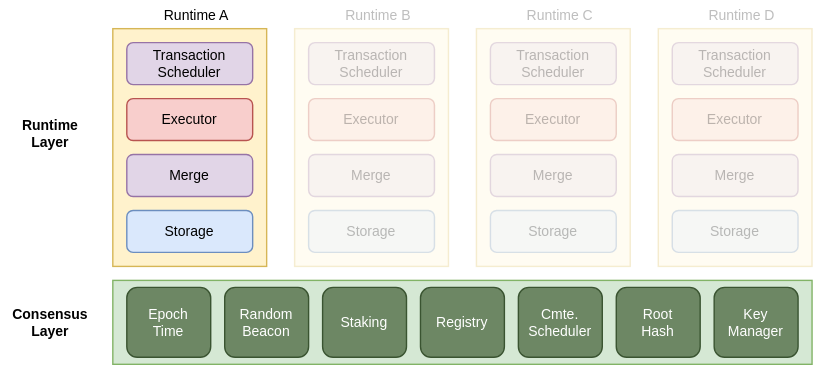
oasisprotocol/oasis-core keeps this draw.io diagram as docs/images/oasis-core-high-level.svg. Above is the earlier version. Source tidied: cells renumbered, new cells last; positions are measured from the earlier drawing's top-left corner, leaving out a move shared by most shapes. Its diagram source:
```xml
<mxGraphModel>
  <root>
    <mxCell id="0" />
    <mxCell id="1" parent="0" />
    <mxCell id="2" style="rounded=0;whiteSpace=wrap;html=1;fillColor=#d5e8d4;strokeColor=#82b366;" parent="1" vertex="1">
      <mxGeometry x="80" y="200" width="500" height="60" as="geometry" />
    </mxCell>
    <mxCell id="3" value="Epoch&lt;br style=&quot;font-size: 10px;&quot;&gt;Time" style="rounded=1;whiteSpace=wrap;html=1;fillColor=#6d8764;strokeColor=#3A5431;fontColor=#ffffff;fontSize=10;" parent="1" vertex="1">
      <mxGeometry x="90" y="205" width="60" height="50" as="geometry" />
    </mxCell>
    <mxCell id="4" value="Random&lt;br style=&quot;font-size: 10px;&quot;&gt;Beacon" style="rounded=1;whiteSpace=wrap;html=1;fillColor=#6d8764;strokeColor=#3A5431;fontColor=#ffffff;fontSize=10;" parent="1" vertex="1">
      <mxGeometry x="160" y="205" width="60" height="50" as="geometry" />
    </mxCell>
    <mxCell id="5" value="Staking" style="rounded=1;whiteSpace=wrap;html=1;fillColor=#6d8764;strokeColor=#3A5431;fontColor=#ffffff;fontSize=10;" parent="1" vertex="1">
      <mxGeometry x="230" y="205" width="60" height="50" as="geometry" />
    </mxCell>
    <mxCell id="6" value="Registry" style="rounded=1;whiteSpace=wrap;html=1;fillColor=#6d8764;strokeColor=#3A5431;fontColor=#ffffff;fontSize=10;" parent="1" vertex="1">
      <mxGeometry x="300" y="205" width="60" height="50" as="geometry" />
    </mxCell>
    <mxCell id="7" value="Cmte.&lt;br style=&quot;font-size: 10px;&quot;&gt;Scheduler" style="rounded=1;whiteSpace=wrap;html=1;fillColor=#6d8764;strokeColor=#3A5431;fontColor=#ffffff;fontSize=10;" parent="1" vertex="1">
      <mxGeometry x="370" y="205" width="60" height="50" as="geometry" />
    </mxCell>
    <mxCell id="8" value="Root&lt;br style=&quot;font-size: 10px;&quot;&gt;Hash" style="rounded=1;whiteSpace=wrap;html=1;fillColor=#6d8764;strokeColor=#3A5431;fontColor=#ffffff;fontSize=10;" parent="1" vertex="1">
      <mxGeometry x="440" y="205" width="60" height="50" as="geometry" />
    </mxCell>
    <mxCell id="9" value="Key&lt;br style=&quot;font-size: 10px;&quot;&gt;Manager" style="rounded=1;whiteSpace=wrap;html=1;fillColor=#6d8764;strokeColor=#3A5431;fontColor=#ffffff;fontSize=10;" parent="1" vertex="1">
      <mxGeometry x="510" y="205" width="60" height="50" as="geometry" />
    </mxCell>
    <mxCell id="10" value="Consensus&lt;br&gt;Layer" style="text;html=1;align=center;verticalAlign=middle;fontSize=10;fontStyle=1;" parent="1" vertex="1">
      <mxGeometry y="215" width="70" height="30" as="geometry" />
    </mxCell>
    <mxCell id="11" style="group;" parent="1" vertex="1">
      <mxGeometry x="80" width="110" height="190" as="geometry" />
    </mxCell>
    <mxCell id="12" style="rounded=0;whiteSpace=wrap;html=1;fontSize=10;fillColor=#fff2cc;strokeColor=#d6b656;" parent="11" vertex="1">
      <mxGeometry y="20" width="110" height="170" as="geometry" />
    </mxCell>
    <mxCell id="13" value="Transaction&lt;br&gt;Scheduler" style="rounded=1;whiteSpace=wrap;html=1;fontSize=10;fillColor=#e1d5e7;strokeColor=#9673a6;" parent="11" vertex="1">
      <mxGeometry x="10" y="30" width="90" height="30" as="geometry" />
    </mxCell>
    <mxCell id="14" value="Executor" style="rounded=1;whiteSpace=wrap;html=1;fontSize=10;fillColor=#f8cecc;strokeColor=#b85450;" parent="11" vertex="1">
      <mxGeometry x="10" y="70" width="90" height="30" as="geometry" />
    </mxCell>
    <mxCell id="15" value="Merge" style="rounded=1;whiteSpace=wrap;html=1;fontSize=10;fillColor=#e1d5e7;strokeColor=#9673a6;" parent="11" vertex="1">
      <mxGeometry x="10" y="110" width="90" height="30" as="geometry" />
    </mxCell>
    <mxCell id="16" value="Storage" style="rounded=1;whiteSpace=wrap;html=1;fontSize=10;fillColor=#dae8fc;strokeColor=#6c8ebf;" parent="11" vertex="1">
      <mxGeometry x="10" y="150" width="90" height="30" as="geometry" />
    </mxCell>
    <mxCell id="17" value="Runtime A" style="text;html=1;strokeColor=none;fillColor=none;align=center;verticalAlign=middle;whiteSpace=wrap;rounded=0;fontSize=10;" parent="11" vertex="1">
      <mxGeometry x="35" width="50" height="20" as="geometry" />
    </mxCell>
    <mxCell id="18" value="Runtime&lt;br&gt;Layer" style="text;html=1;align=center;verticalAlign=middle;fontSize=10;fontStyle=1;" parent="1" vertex="1">
      <mxGeometry x="5" y="80" width="60" height="30" as="geometry" />
    </mxCell>
    <mxCell id="19" style="group;opacity=25;textOpacity=25;" parent="1" vertex="1">
      <mxGeometry x="210" width="110" height="190" as="geometry" />
    </mxCell>
    <mxCell id="20" style="rounded=0;whiteSpace=wrap;html=1;fontSize=10;fillColor=#fff2cc;strokeColor=#d6b656;opacity=25;textOpacity=25;" parent="19" vertex="1">
      <mxGeometry y="20" width="110" height="170" as="geometry" />
    </mxCell>
    <mxCell id="21" value="Transaction&lt;br&gt;Scheduler" style="rounded=1;whiteSpace=wrap;html=1;fontSize=10;fillColor=#e1d5e7;strokeColor=#9673a6;opacity=25;textOpacity=25;" parent="19" vertex="1">
      <mxGeometry x="10" y="30" width="90" height="30" as="geometry" />
    </mxCell>
    <mxCell id="22" value="Executor" style="rounded=1;whiteSpace=wrap;html=1;fontSize=10;fillColor=#f8cecc;strokeColor=#b85450;opacity=25;textOpacity=25;" parent="19" vertex="1">
      <mxGeometry x="10" y="70" width="90" height="30" as="geometry" />
    </mxCell>
    <mxCell id="23" value="Merge" style="rounded=1;whiteSpace=wrap;html=1;fontSize=10;fillColor=#e1d5e7;strokeColor=#9673a6;opacity=25;textOpacity=25;" parent="19" vertex="1">
      <mxGeometry x="10" y="110" width="90" height="30" as="geometry" />
    </mxCell>
    <mxCell id="24" value="Storage" style="rounded=1;whiteSpace=wrap;html=1;fontSize=10;fillColor=#dae8fc;strokeColor=#6c8ebf;opacity=25;textOpacity=25;" parent="19" vertex="1">
      <mxGeometry x="10" y="150" width="90" height="30" as="geometry" />
    </mxCell>
    <mxCell id="25" value="Runtime B" style="text;html=1;strokeColor=none;fillColor=none;align=center;verticalAlign=middle;whiteSpace=wrap;rounded=0;fontSize=10;opacity=25;textOpacity=25;" parent="19" vertex="1">
      <mxGeometry x="35" width="50" height="20" as="geometry" />
    </mxCell>
    <mxCell id="26" style="group;opacity=25;textOpacity=25;" parent="1" vertex="1">
      <mxGeometry x="340" width="110" height="190" as="geometry" />
    </mxCell>
    <mxCell id="27" style="rounded=0;whiteSpace=wrap;html=1;fontSize=10;fillColor=#fff2cc;strokeColor=#d6b656;opacity=25;textOpacity=25;" parent="26" vertex="1">
      <mxGeometry y="20" width="110" height="170" as="geometry" />
    </mxCell>
    <mxCell id="28" value="Transaction&lt;br&gt;Scheduler" style="rounded=1;whiteSpace=wrap;html=1;fontSize=10;fillColor=#e1d5e7;strokeColor=#9673a6;opacity=25;textOpacity=25;" parent="26" vertex="1">
      <mxGeometry x="10" y="30" width="90" height="30" as="geometry" />
    </mxCell>
    <mxCell id="29" value="Executor" style="rounded=1;whiteSpace=wrap;html=1;fontSize=10;fillColor=#f8cecc;strokeColor=#b85450;opacity=25;textOpacity=25;" parent="26" vertex="1">
      <mxGeometry x="10" y="70" width="90" height="30" as="geometry" />
    </mxCell>
    <mxCell id="30" value="Merge" style="rounded=1;whiteSpace=wrap;html=1;fontSize=10;fillColor=#e1d5e7;strokeColor=#9673a6;opacity=25;textOpacity=25;" parent="26" vertex="1">
      <mxGeometry x="10" y="110" width="90" height="30" as="geometry" />
    </mxCell>
    <mxCell id="31" value="Storage" style="rounded=1;whiteSpace=wrap;html=1;fontSize=10;fillColor=#dae8fc;strokeColor=#6c8ebf;opacity=25;textOpacity=25;" parent="26" vertex="1">
      <mxGeometry x="10" y="150" width="90" height="30" as="geometry" />
    </mxCell>
    <mxCell id="32" value="Runtime C" style="text;html=1;strokeColor=none;fillColor=none;align=center;verticalAlign=middle;whiteSpace=wrap;rounded=0;fontSize=10;opacity=25;textOpacity=25;" parent="26" vertex="1">
      <mxGeometry x="35" width="50" height="20" as="geometry" />
    </mxCell>
    <mxCell id="33" style="group;opacity=25;textOpacity=25;" parent="1" vertex="1">
      <mxGeometry x="470" width="110" height="190" as="geometry" />
    </mxCell>
    <mxCell id="34" style="rounded=0;whiteSpace=wrap;html=1;fontSize=10;fillColor=#fff2cc;strokeColor=#d6b656;opacity=25;textOpacity=25;" parent="33" vertex="1">
      <mxGeometry y="20" width="110" height="170" as="geometry" />
    </mxCell>
    <mxCell id="35" value="Transaction&lt;br&gt;Scheduler" style="rounded=1;whiteSpace=wrap;html=1;fontSize=10;fillColor=#e1d5e7;strokeColor=#9673a6;opacity=25;textOpacity=25;" parent="33" vertex="1">
      <mxGeometry x="10" y="30" width="90" height="30" as="geometry" />
    </mxCell>
    <mxCell id="36" value="Executor" style="rounded=1;whiteSpace=wrap;html=1;fontSize=10;fillColor=#f8cecc;strokeColor=#b85450;opacity=25;textOpacity=25;" parent="33" vertex="1">
      <mxGeometry x="10" y="70" width="90" height="30" as="geometry" />
    </mxCell>
    <mxCell id="37" value="Merge" style="rounded=1;whiteSpace=wrap;html=1;fontSize=10;fillColor=#e1d5e7;strokeColor=#9673a6;opacity=25;textOpacity=25;" parent="33" vertex="1">
      <mxGeometry x="10" y="110" width="90" height="30" as="geometry" />
    </mxCell>
    <mxCell id="38" value="Storage" style="rounded=1;whiteSpace=wrap;html=1;fontSize=10;fillColor=#dae8fc;strokeColor=#6c8ebf;opacity=25;textOpacity=25;" parent="33" vertex="1">
      <mxGeometry x="10" y="150" width="90" height="30" as="geometry" />
    </mxCell>
    <mxCell id="39" value="Runtime D" style="text;html=1;strokeColor=none;fillColor=none;align=center;verticalAlign=middle;whiteSpace=wrap;rounded=0;fontSize=10;opacity=25;textOpacity=25;" parent="33" vertex="1">
      <mxGeometry x="35" width="50" height="20" as="geometry" />
    </mxCell>
  </root>
</mxGraphModel>
```
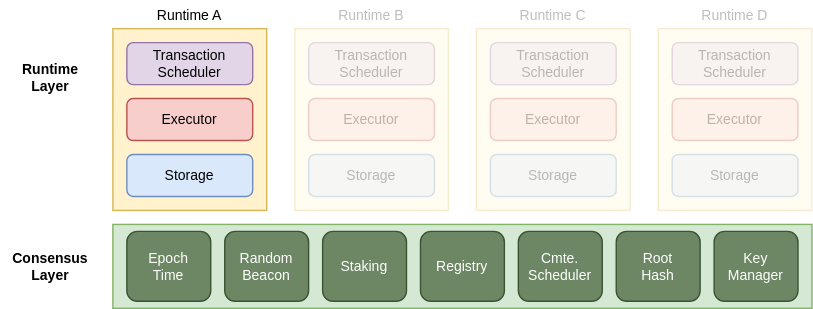
The same diagram one commit later.

What changed in the source:
```diff
@@ -29,92 +29,80 @@
     <mxCell id="10" value="Consensus&lt;br&gt;Layer" style="text;html=1;align=center;verticalAlign=middle;fontSize=10;fontStyle=1;" parent="1" vertex="1">
       <mxGeometry y="215" width="70" height="30" as="geometry" />
     </mxCell>
-    <mxCell id="11" style="group;" parent="1" vertex="1">
-      <mxGeometry x="80" width="110" height="190" as="geometry" />
-    </mxCell>
+    <mxCell id="18" value="Runtime&lt;br&gt;Layer" style="text;html=1;align=center;verticalAlign=middle;fontSize=10;fontStyle=1;" parent="1" vertex="1">
+      <mxGeometry x="5" y="80" width="60" height="30" as="geometry" />
+    </mxCell>
+    <mxCell id="40" style="group;" parent="1" vertex="1">
+      <mxGeometry x="80" y="40" width="110" height="150" as="geometry" />
+    </mxCell>
-    <mxCell id="12" style="rounded=0;whiteSpace=wrap;html=1;fontSize=10;fillColor=#fff2cc;strokeColor=#d6b656;" parent="11" vertex="1">
-      <mxGeometry y="20" width="110" height="170" as="geometry" />
+    <mxCell id="12" style="rounded=0;whiteSpace=wrap;html=1;fontSize=10;fillColor=#fff2cc;strokeColor=#d6b656;" parent="40" vertex="1">
+      <mxGeometry y="20" width="110" height="130" as="geometry" />
     </mxCell>
-    <mxCell id="13" value="Transaction&lt;br&gt;Scheduler" style="rounded=1;whiteSpace=wrap;html=1;fontSize=10;fillColor=#e1d5e7;strokeColor=#9673a6;" parent="11" vertex="1">
+    <mxCell id="13" value="Transaction&lt;br&gt;Scheduler" style="rounded=1;whiteSpace=wrap;html=1;fontSize=10;fillColor=#e1d5e7;strokeColor=#9673a6;" parent="40" vertex="1">
       <mxGeometry x="10" y="30" width="90" height="30" as="geometry" />
     </mxCell>
-    <mxCell id="14" value="Executor" style="rounded=1;whiteSpace=wrap;html=1;fontSize=10;fillColor=#f8cecc;strokeColor=#b85450;" parent="11" vertex="1">
+    <mxCell id="14" value="Executor" style="rounded=1;whiteSpace=wrap;html=1;fontSize=10;fillColor=#f8cecc;strokeColor=#b85450;" parent="40" vertex="1">
       <mxGeometry x="10" y="70" width="90" height="30" as="geometry" />
     </mxCell>
-    <mxCell id="15" value="Merge" style="rounded=1;whiteSpace=wrap;html=1;fontSize=10;fillColor=#e1d5e7;strokeColor=#9673a6;" parent="11" vertex="1">
-      <mxGeometry x="10" y="110" width="90" height="30" as="geometry" />
-    </mxCell>
-    <mxCell id="16" value="Storage" style="rounded=1;whiteSpace=wrap;html=1;fontSize=10;fillColor=#dae8fc;strokeColor=#6c8ebf;" parent="11" vertex="1">
-      <mxGeometry x="10" y="150" width="90" height="30" as="geometry" />
+    <mxCell id="16" value="Storage" style="rounded=1;whiteSpace=wrap;html=1;fontSize=10;fillColor=#dae8fc;strokeColor=#6c8ebf;" parent="40" vertex="1">
+      <mxGeometry x="10" y="110" width="90" height="30" as="geometry" />
     </mxCell>
-    <mxCell id="17" value="Runtime A" style="text;html=1;strokeColor=none;fillColor=none;align=center;verticalAlign=middle;whiteSpace=wrap;rounded=0;fontSize=10;" parent="11" vertex="1">
-      <mxGeometry x="35" width="50" height="20" as="geometry" />
+    <mxCell id="17" value="Runtime A" style="text;html=1;strokeColor=none;fillColor=none;align=center;verticalAlign=middle;whiteSpace=wrap;rounded=0;fontSize=10;" parent="40" vertex="1">
+      <mxGeometry x="30" width="50" height="20" as="geometry" />
     </mxCell>
-    <mxCell id="18" value="Runtime&lt;br&gt;Layer" style="text;html=1;align=center;verticalAlign=middle;fontSize=10;fontStyle=1;" parent="1" vertex="1">
-      <mxGeometry x="5" y="80" width="60" height="30" as="geometry" />
-    </mxCell>
-    <mxCell id="19" style="group;opacity=25;textOpacity=25;" parent="1" vertex="1">
-      <mxGeometry x="210" width="110" height="190" as="geometry" />
-    </mxCell>
-    <mxCell id="20" style="rounded=0;whiteSpace=wrap;html=1;fontSize=10;fillColor=#fff2cc;strokeColor=#d6b656;opacity=25;textOpacity=25;" parent="19" vertex="1">
-      <mxGeometry y="20" width="110" height="170" as="geometry" />
-    </mxCell>
-    <mxCell id="21" value="Transaction&lt;br&gt;Scheduler" style="rounded=1;whiteSpace=wrap;html=1;fontSize=10;fillColor=#e1d5e7;strokeColor=#9673a6;opacity=25;textOpacity=25;" parent="19" vertex="1">
-      <mxGeometry x="10" y="30" width="90" height="30" as="geometry" />
-    </mxCell>
-    <mxCell id="22" value="Executor" style="rounded=1;whiteSpace=wrap;html=1;fontSize=10;fillColor=#f8cecc;strokeColor=#b85450;opacity=25;textOpacity=25;" parent="19" vertex="1">
-      <mxGeometry x="10" y="70" width="90" height="30" as="geometry" />
-    </mxCell>
-    <mxCell id="23" value="Merge" style="rounded=1;whiteSpace=wrap;html=1;fontSize=10;fillColor=#e1d5e7;strokeColor=#9673a6;opacity=25;textOpacity=25;" parent="19" vertex="1">
-      <mxGeometry x="10" y="110" width="90" height="30" as="geometry" />
-    </mxCell>
-    <mxCell id="24" value="Storage" style="rounded=1;whiteSpace=wrap;html=1;fontSize=10;fillColor=#dae8fc;strokeColor=#6c8ebf;opacity=25;textOpacity=25;" parent="19" vertex="1">
-      <mxGeometry x="10" y="150" width="90" height="30" as="geometry" />
-    </mxCell>
+    <mxCell id="41" style="group;opacity=25;textOpacity=25;" parent="1" vertex="1">
+      <mxGeometry x="210" y="40" width="110" height="150" as="geometry" />
+    </mxCell>
+    <mxCell id="42" style="rounded=0;whiteSpace=wrap;html=1;fontSize=10;fillColor=#fff2cc;strokeColor=#d6b656;opacity=25;textOpacity=25;" parent="41" vertex="1">
+      <mxGeometry y="20" width="110" height="130" as="geometry" />
+    </mxCell>
+    <mxCell id="43" value="Transaction&lt;br&gt;Scheduler" style="rounded=1;whiteSpace=wrap;html=1;fontSize=10;fillColor=#e1d5e7;strokeColor=#9673a6;opacity=25;textOpacity=25;" parent="41" vertex="1">
+      <mxGeometry x="10" y="30" width="90" height="30" as="geometry" />
+    </mxCell>
+    <mxCell id="44" value="Executor" style="rounded=1;whiteSpace=wrap;html=1;fontSize=10;fillColor=#f8cecc;strokeColor=#b85450;opacity=25;textOpacity=25;" parent="41" vertex="1">
+      <mxGeometry x="10" y="70" width="90" height="30" as="geometry" />
+    </mxCell>
+    <mxCell id="45" value="Storage" style="rounded=1;whiteSpace=wrap;html=1;fontSize=10;fillColor=#dae8fc;strokeColor=#6c8ebf;opacity=25;textOpacity=25;" parent="41" vertex="1">
+      <mxGeometry x="10" y="110" width="90" height="30" as="geometry" />
+    </mxCell>
-    <mxCell id="25" value="Runtime B" style="text;html=1;strokeColor=none;fillColor=none;align=center;verticalAlign=middle;whiteSpace=wrap;rounded=0;fontSize=10;opacity=25;textOpacity=25;" parent="19" vertex="1">
-      <mxGeometry x="35" width="50" height="20" as="geometry" />
+    <mxCell id="25" value="Runtime B" style="text;html=1;strokeColor=none;fillColor=none;align=center;verticalAlign=middle;whiteSpace=wrap;rounded=0;fontSize=10;opacity=25;textOpacity=25;" parent="41" vertex="1">
+      <mxGeometry x="30" width="50" height="20" as="geometry" />
     </mxCell>
-    <mxCell id="26" style="group;opacity=25;textOpacity=25;" parent="1" vertex="1">
-      <mxGeometry x="340" width="110" height="190" as="geometry" />
-    </mxCell>
-    <mxCell id="27" style="rounded=0;whiteSpace=wrap;html=1;fontSize=10;fillColor=#fff2cc;strokeColor=#d6b656;opacity=25;textOpacity=25;" parent="26" vertex="1">
-      <mxGeometry y="20" width="110" height="170" as="geometry" />
-    </mxCell>
-    <mxCell id="28" value="Transaction&lt;br&gt;Scheduler" style="rounded=1;whiteSpace=wrap;html=1;fontSize=10;fillColor=#e1d5e7;strokeColor=#9673a6;opacity=25;textOpacity=25;" parent="26" vertex="1">
-      <mxGeometry x="10" y="30" width="90" height="30" as="geometry" />
-    </mxCell>
-    <mxCell id="29" value="Executor" style="rounded=1;whiteSpace=wrap;html=1;fontSize=10;fillColor=#f8cecc;strokeColor=#b85450;opacity=25;textOpacity=25;" parent="26" vertex="1">
-      <mxGeometry x="10" y="70" width="90" height="30" as="geometry" />
-    </mxCell>
-    <mxCell id="30" value="Merge" style="rounded=1;whiteSpace=wrap;html=1;fontSize=10;fillColor=#e1d5e7;strokeColor=#9673a6;opacity=25;textOpacity=25;" parent="26" vertex="1">
-      <mxGeometry x="10" y="110" width="90" height="30" as="geometry" />
-    </mxCell>
-    <mxCell id="31" value="Storage" style="rounded=1;whiteSpace=wrap;html=1;fontSize=10;fillColor=#dae8fc;strokeColor=#6c8ebf;opacity=25;textOpacity=25;" parent="26" vertex="1">
-      <mxGeometry x="10" y="150" width="90" height="30" as="geometry" />
-    </mxCell>
+    <mxCell id="46" style="group;opacity=25;textOpacity=25;" parent="1" vertex="1">
+      <mxGeometry x="340" y="40" width="110" height="150" as="geometry" />
+    </mxCell>
+    <mxCell id="47" style="rounded=0;whiteSpace=wrap;html=1;fontSize=10;fillColor=#fff2cc;strokeColor=#d6b656;opacity=25;textOpacity=25;" parent="46" vertex="1">
+      <mxGeometry y="20" width="110" height="130" as="geometry" />
+    </mxCell>
+    <mxCell id="48" value="Transaction&lt;br&gt;Scheduler" style="rounded=1;whiteSpace=wrap;html=1;fontSize=10;fillColor=#e1d5e7;strokeColor=#9673a6;opacity=25;textOpacity=25;" parent="46" vertex="1">
+      <mxGeometry x="10" y="30" width="90" height="30" as="geometry" />
+    </mxCell>
+    <mxCell id="49" value="Executor" style="rounded=1;whiteSpace=wrap;html=1;fontSize=10;fillColor=#f8cecc;strokeColor=#b85450;opacity=25;textOpacity=25;" parent="46" vertex="1">
+      <mxGeometry x="10" y="70" width="90" height="30" as="geometry" />
+    </mxCell>
+    <mxCell id="50" value="Storage" style="rounded=1;whiteSpace=wrap;html=1;fontSize=10;fillColor=#dae8fc;strokeColor=#6c8ebf;opacity=25;textOpacity=25;" parent="46" vertex="1">
+      <mxGeometry x="10" y="110" width="90" height="30" as="geometry" />
+    </mxCell>
-    <mxCell id="32" value="Runtime C" style="text;html=1;strokeColor=none;fillColor=none;align=center;verticalAlign=middle;whiteSpace=wrap;rounded=0;fontSize=10;opacity=25;textOpacity=25;" parent="26" vertex="1">
-      <mxGeometry x="35" width="50" height="20" as="geometry" />
+    <mxCell id="32" value="Runtime C" style="text;html=1;strokeColor=none;fillColor=none;align=center;verticalAlign=middle;whiteSpace=wrap;rounded=0;fontSize=10;opacity=25;textOpacity=25;" parent="46" vertex="1">
+      <mxGeometry x="30" width="50" height="20" as="geometry" />
     </mxCell>
-    <mxCell id="33" style="group;opacity=25;textOpacity=25;" parent="1" vertex="1">
-      <mxGeometry x="470" width="110" height="190" as="geometry" />
-    </mxCell>
-    <mxCell id="34" style="rounded=0;whiteSpace=wrap;html=1;fontSize=10;fillColor=#fff2cc;strokeColor=#d6b656;opacity=25;textOpacity=25;" parent="33" vertex="1">
-      <mxGeometry y="20" width="110" height="170" as="geometry" />
-    </mxCell>
-    <mxCell id="35" value="Transaction&lt;br&gt;Scheduler" style="rounded=1;whiteSpace=wrap;html=1;fontSize=10;fillColor=#e1d5e7;strokeColor=#9673a6;opacity=25;textOpacity=25;" parent="33" vertex="1">
-      <mxGeometry x="10" y="30" width="90" height="30" as="geometry" />
-    </mxCell>
-    <mxCell id="36" value="Executor" style="rounded=1;whiteSpace=wrap;html=1;fontSize=10;fillColor=#f8cecc;strokeColor=#b85450;opacity=25;textOpacity=25;" parent="33" vertex="1">
-      <mxGeometry x="10" y="70" width="90" height="30" as="geometry" />
-    </mxCell>
-    <mxCell id="37" value="Merge" style="rounded=1;whiteSpace=wrap;html=1;fontSize=10;fillColor=#e1d5e7;strokeColor=#9673a6;opacity=25;textOpacity=25;" parent="33" vertex="1">
-      <mxGeometry x="10" y="110" width="90" height="30" as="geometry" />
-    </mxCell>
-    <mxCell id="38" value="Storage" style="rounded=1;whiteSpace=wrap;html=1;fontSize=10;fillColor=#dae8fc;strokeColor=#6c8ebf;opacity=25;textOpacity=25;" parent="33" vertex="1">
-      <mxGeometry x="10" y="150" width="90" height="30" as="geometry" />
-    </mxCell>
+    <mxCell id="51" style="group;opacity=25;textOpacity=25;" parent="1" vertex="1">
+      <mxGeometry x="470" y="40" width="110" height="150" as="geometry" />
+    </mxCell>
+    <mxCell id="52" style="rounded=0;whiteSpace=wrap;html=1;fontSize=10;fillColor=#fff2cc;strokeColor=#d6b656;opacity=25;textOpacity=25;" parent="51" vertex="1">
+      <mxGeometry y="20" width="110" height="130" as="geometry" />
+    </mxCell>
+    <mxCell id="53" value="Transaction&lt;br&gt;Scheduler" style="rounded=1;whiteSpace=wrap;html=1;fontSize=10;fillColor=#e1d5e7;strokeColor=#9673a6;opacity=25;textOpacity=25;" parent="51" vertex="1">
+      <mxGeometry x="10" y="30" width="90" height="30" as="geometry" />
+    </mxCell>
+    <mxCell id="54" value="Executor" style="rounded=1;whiteSpace=wrap;html=1;fontSize=10;fillColor=#f8cecc;strokeColor=#b85450;opacity=25;textOpacity=25;" parent="51" vertex="1">
+      <mxGeometry x="10" y="70" width="90" height="30" as="geometry" />
+    </mxCell>
+    <mxCell id="55" value="Storage" style="rounded=1;whiteSpace=wrap;html=1;fontSize=10;fillColor=#dae8fc;strokeColor=#6c8ebf;opacity=25;textOpacity=25;" parent="51" vertex="1">
+      <mxGeometry x="10" y="110" width="90" height="30" as="geometry" />
+    </mxCell>
-    <mxCell id="39" value="Runtime D" style="text;html=1;strokeColor=none;fillColor=none;align=center;verticalAlign=middle;whiteSpace=wrap;rounded=0;fontSize=10;opacity=25;textOpacity=25;" parent="33" vertex="1">
-      <mxGeometry x="35" width="50" height="20" as="geometry" />
+    <mxCell id="39" value="Runtime D" style="text;html=1;strokeColor=none;fillColor=none;align=center;verticalAlign=middle;whiteSpace=wrap;rounded=0;fontSize=10;opacity=25;textOpacity=25;" parent="51" vertex="1">
+      <mxGeometry x="30" width="50" height="20" as="geometry" />
     </mxCell>
   </root>
 </mxGraphModel>
```
